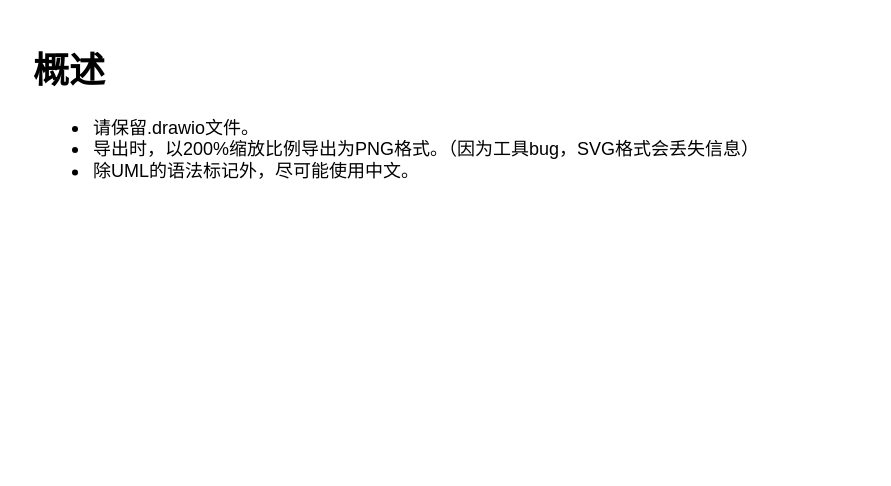
Before: page "概述" (1 of 5) of 需求分析文档/UML图.drawio in super-dash/paperstack-design, a draw.io diagram. Source tidied: cells renumbered, new cells numbered last; positions are measured from the earlier drawing's top-left corner, leaving out a move shared by most shapes. Both pictures are drawn from the tidied source at 150%, with x=0, y=0 at pixel (26, 40).
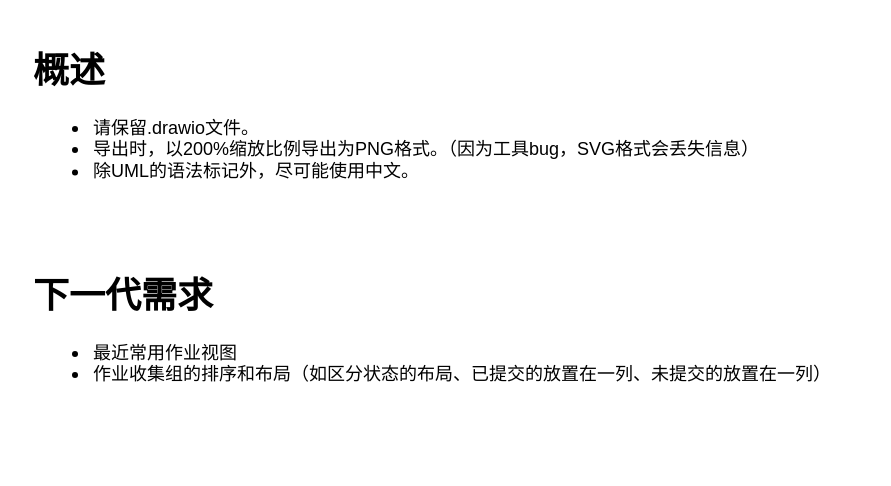
Above is the later version.

Diff of the diagram source:
```diff
@@
 <mxGraphModel>
   <root>
     <mxCell id="0" />
     <mxCell id="1" parent="0" />
     <mxCell id="2" value="&lt;h1&gt;概述&lt;/h1&gt;&lt;div&gt;&lt;ul&gt;&lt;li&gt;请保留.drawio文件。&lt;/li&gt;&lt;li&gt;导出时，以200%缩放比例导出为PNG格式。（因为工具bug，SVG格式会丢失信息）&lt;/li&gt;&lt;li&gt;除UML的语法标记外，尽可能使用中文。&lt;/li&gt;&lt;/ul&gt;&lt;/div&gt;&lt;p&gt;&lt;/p&gt;" style="text;html=1;strokeColor=none;fillColor=none;spacing=5;spacingTop=-20;whiteSpace=wrap;overflow=hidden;rounded=0;" parent="1" vertex="1">
       <mxGeometry width="560" height="130" as="geometry" />
     </mxCell>
+    <mxCell id="3" value="&lt;h1&gt;下一代需求&lt;/h1&gt;&lt;div&gt;&lt;ul&gt;&lt;li&gt;最近常用作业视图&lt;/li&gt;&lt;li&gt;作业收集组的排序和布局（如区分状态的布局、已提交的放置在一列、未提交的放置在一列）&lt;/li&gt;&lt;/ul&gt;&lt;/div&gt;&lt;p&gt;&lt;/p&gt;" style="text;html=1;strokeColor=none;fillColor=none;spacing=5;spacingTop=-20;whiteSpace=wrap;overflow=hidden;rounded=0;" parent="1" vertex="1">
+      <mxGeometry y="150" width="560" height="130" as="geometry" />
+    </mxCell>
   </root>
 </mxGraphModel>
```
